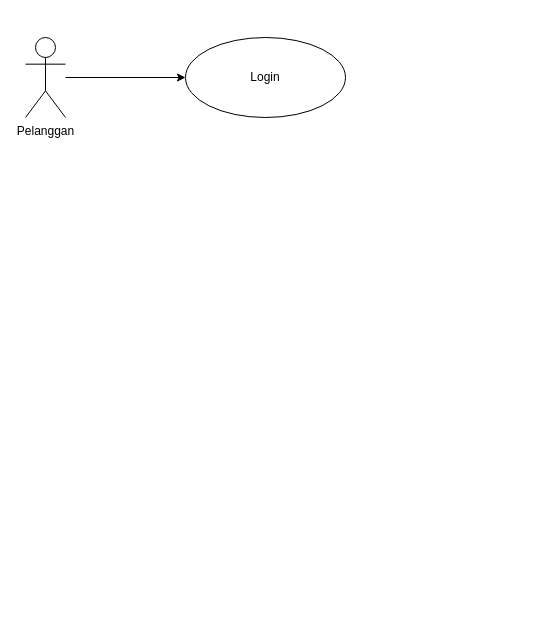
The draw.io diagram RPL-Asdos-Praktik3.drawio in wowotek/RPL-Asdos-Tugas2, before the edit. Source tidied: cells renumbered, new cells numbered last; positions are measured from the earlier drawing's top-left corner, leaving out a move shared by most shapes. Both pictures are drawn from the tidied source at 100%, with x=0, y=0 at pixel (25, 37).
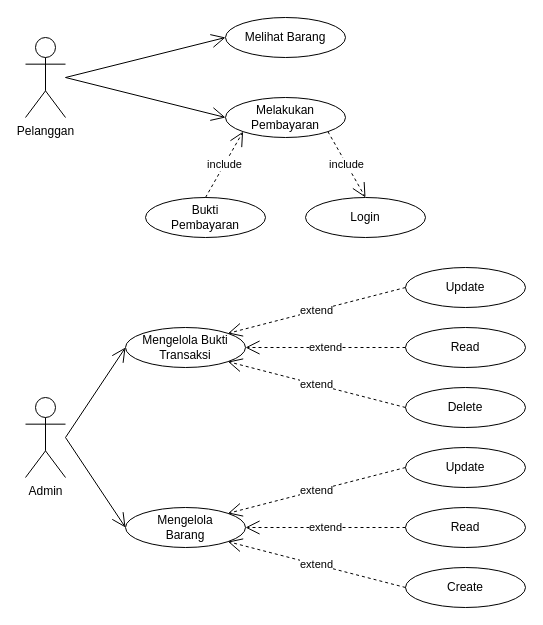
The same page after the edit.

The edit, as a diff of the source:
```diff
@@
-    <mxCell id="3" value="Login" style="ellipse;whiteSpace=wrap;html=1;" parent="1" vertex="1">
-      <mxGeometry x="160" width="160" height="80" as="geometry" />
+    <mxCell id="3" value="Melihat Barang" style="ellipse;whiteSpace=wrap;html=1;" parent="1" vertex="1">
+      <mxGeometry x="200" y="-20" width="120" height="40" as="geometry" />
     </mxCell>
-    <mxCell id="4" style="endArrow=classic;html=1;entryX=0;entryY=0.5;entryDx=0;entryDy=0;" parent="1" edge="1" target="3">
-      <mxGeometry relative="1" as="geometry">
-        <mxPoint x="40" y="40" as="sourcePoint" />
-      </mxGeometry>
-    </mxCell>
+    <mxCell id="5" value="Melakukan Pembayaran" style="ellipse;whiteSpace=wrap;html=1;" parent="1" vertex="1">
+      <mxGeometry x="200" y="60" width="120" height="40" as="geometry" />
+    </mxCell>
+    <mxCell id="6" value="&lt;div&gt;Login&lt;/div&gt;" style="ellipse;whiteSpace=wrap;html=1;" parent="1" vertex="1">
+      <mxGeometry x="280" y="160" width="120" height="40" as="geometry" />
+    </mxCell>
+    <mxCell id="7" value="include" style="endArrow=open;endSize=12;dashed=1;html=1;exitX=1;exitY=1;exitDx=0;exitDy=0;entryX=0.5;entryY=0;entryDx=0;entryDy=0;" parent="1" edge="1" source="5" target="6">
+      <mxGeometry relative="1" as="geometry" />
+    </mxCell>
+    <mxCell id="8" style="endArrow=open;endFill=1;endSize=12;html=1;entryX=0;entryY=0.5;entryDx=0;entryDy=0;" parent="1" edge="1" target="3">
+      <mxGeometry relative="1" as="geometry">
+        <mxPoint x="40" y="40" as="sourcePoint" />
+      </mxGeometry>
+    </mxCell>
+    <mxCell id="9" style="endArrow=open;endFill=1;endSize=12;html=1;entryX=0;entryY=0.5;entryDx=0;entryDy=0;" parent="1" edge="1" target="5">
+      <mxGeometry relative="1" as="geometry">
+        <mxPoint x="40" y="40" as="sourcePoint" />
+      </mxGeometry>
+    </mxCell>
+    <mxCell id="10" value="Bukti&lt;br&gt;Pembayaran" style="ellipse;whiteSpace=wrap;html=1;" parent="1" vertex="1">
+      <mxGeometry x="120" y="160" width="120" height="40" as="geometry" />
+    </mxCell>
+    <mxCell id="11" value="include" style="endArrow=open;endSize=12;dashed=1;html=1;exitX=0.5;exitY=0;exitDx=0;exitDy=0;entryX=0;entryY=1;entryDx=0;entryDy=0;" parent="1" edge="1" source="10" target="5">
+      <mxGeometry relative="1" as="geometry" />
+    </mxCell>
+    <mxCell id="12" value="Admin" style="shape=umlActor;verticalLabelPosition=bottom;labelBackgroundColor=#ffffff;verticalAlign=top;html=1;" parent="1" vertex="1">
+      <mxGeometry y="360" width="40" height="80" as="geometry" />
+    </mxCell>
+    <mxCell id="13" value="Mengelola Bukti Transaksi" style="ellipse;whiteSpace=wrap;html=1;" parent="1" vertex="1">
+      <mxGeometry x="100" y="290" width="120" height="40" as="geometry" />
+    </mxCell>
+    <mxCell id="14" style="endArrow=open;endFill=1;endSize=12;html=1;entryX=0;entryY=0.5;entryDx=0;entryDy=0;" parent="1" edge="1" target="13">
+      <mxGeometry relative="1" as="geometry">
+        <mxPoint x="40" y="400" as="sourcePoint" />
+      </mxGeometry>
+    </mxCell>
+    <mxCell id="15" value="&lt;div&gt;Delete&lt;/div&gt;" style="ellipse;whiteSpace=wrap;html=1;" parent="1" vertex="1">
+      <mxGeometry x="380" y="350" width="120" height="40" as="geometry" />
+    </mxCell>
+    <mxCell id="16" value="Read" style="ellipse;whiteSpace=wrap;html=1;" parent="1" vertex="1">
+      <mxGeometry x="380" y="290" width="120" height="40" as="geometry" />
+    </mxCell>
+    <mxCell id="17" value="Update" style="ellipse;whiteSpace=wrap;html=1;" parent="1" vertex="1">
+      <mxGeometry x="380" y="230" width="120" height="40" as="geometry" />
+    </mxCell>
+    <mxCell id="18" value="extend" style="endArrow=open;endSize=12;dashed=1;html=1;exitX=0;exitY=0.5;exitDx=0;exitDy=0;entryX=1;entryY=0;entryDx=0;entryDy=0;" parent="1" edge="1" source="17" target="13">
+      <mxGeometry relative="1" as="geometry" />
+    </mxCell>
+    <mxCell id="19" value="extend" style="endArrow=open;endSize=12;dashed=1;html=1;exitX=0;exitY=0.5;exitDx=0;exitDy=0;entryX=1;entryY=0.5;entryDx=0;entryDy=0;" parent="1" edge="1" source="16" target="13">
+      <mxGeometry relative="1" as="geometry" />
+    </mxCell>
+    <mxCell id="20" value="extend" style="endArrow=open;endSize=12;dashed=1;html=1;exitX=0;exitY=0.5;exitDx=0;exitDy=0;entryX=1;entryY=1;entryDx=0;entryDy=0;" parent="1" edge="1" source="15" target="13">
+      <mxGeometry relative="1" as="geometry" />
+    </mxCell>
+    <mxCell id="21" value="Mengelola&lt;br&gt;Barang" style="ellipse;whiteSpace=wrap;html=1;" parent="1" vertex="1">
+      <mxGeometry x="100" y="470" width="120" height="40" as="geometry" />
+    </mxCell>
+    <mxCell id="22" value="Create" style="ellipse;whiteSpace=wrap;html=1;" parent="1" vertex="1">
+      <mxGeometry x="380" y="530" width="120" height="40" as="geometry" />
+    </mxCell>
+    <mxCell id="23" value="Read" style="ellipse;whiteSpace=wrap;html=1;" parent="1" vertex="1">
+      <mxGeometry x="380" y="470" width="120" height="40" as="geometry" />
+    </mxCell>
+    <mxCell id="24" value="Update" style="ellipse;whiteSpace=wrap;html=1;" parent="1" vertex="1">
+      <mxGeometry x="380" y="410" width="120" height="40" as="geometry" />
+    </mxCell>
+    <mxCell id="25" value="extend" style="endArrow=open;endSize=12;dashed=1;html=1;exitX=0;exitY=0.5;exitDx=0;exitDy=0;entryX=1;entryY=0;entryDx=0;entryDy=0;" parent="1" edge="1" source="24" target="21">
+      <mxGeometry relative="1" as="geometry" />
+    </mxCell>
+    <mxCell id="26" value="extend" style="endArrow=open;endSize=12;dashed=1;html=1;exitX=0;exitY=0.5;exitDx=0;exitDy=0;entryX=1;entryY=0.5;entryDx=0;entryDy=0;" parent="1" edge="1" source="23" target="21">
+      <mxGeometry relative="1" as="geometry" />
+    </mxCell>
+    <mxCell id="27" value="extend" style="endArrow=open;endSize=12;dashed=1;html=1;exitX=0;exitY=0.5;exitDx=0;exitDy=0;entryX=1;entryY=1;entryDx=0;entryDy=0;" parent="1" edge="1" source="22" target="21">
+      <mxGeometry relative="1" as="geometry" />
+    </mxCell>
+    <mxCell id="28" style="endArrow=open;endFill=1;endSize=12;html=1;entryX=0;entryY=0.5;entryDx=0;entryDy=0;" parent="1" edge="1" target="21">
+      <mxGeometry relative="1" as="geometry">
+        <mxPoint x="40" y="400" as="sourcePoint" />
+      </mxGeometry>
+    </mxCell>
```
